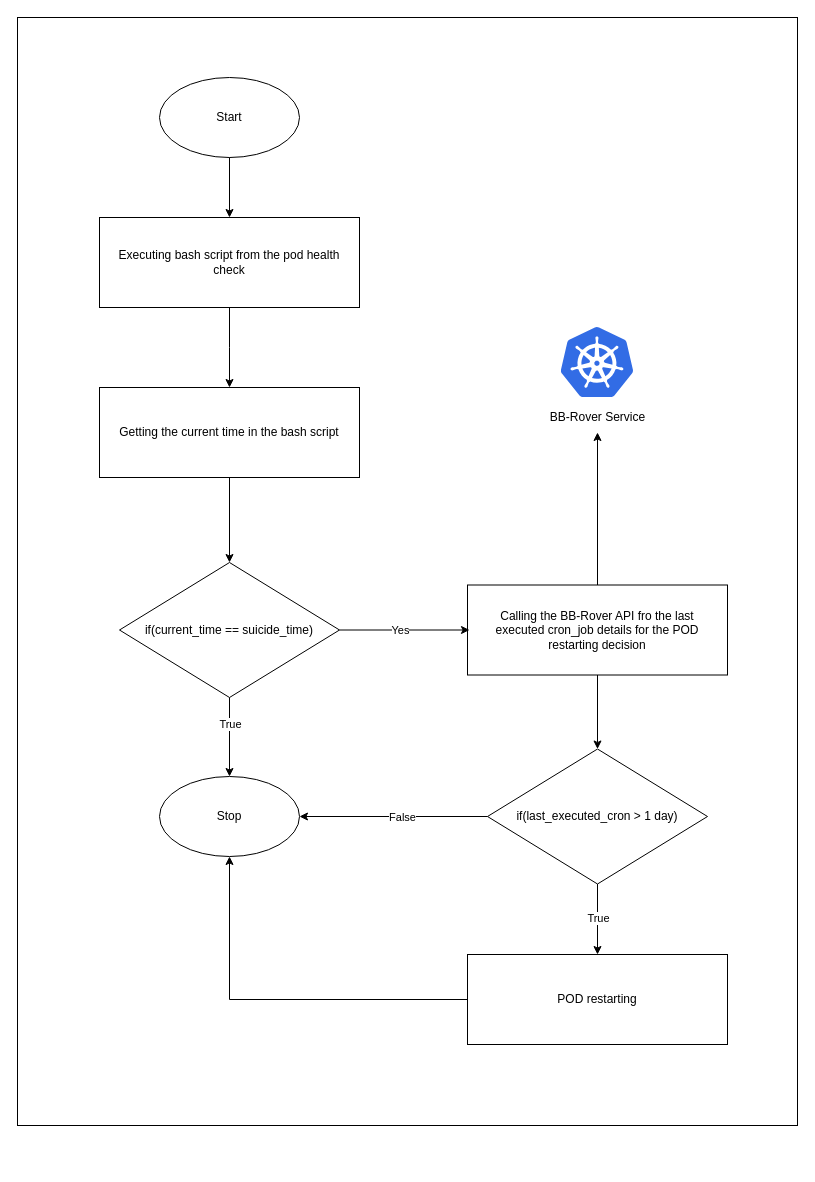
bb-midhunps/diagrams keeps this draw.io diagram as new_osrm_restart.drawio. Above is the earlier version. Source tidied: cells renumbered, new cells numbered last; positions are measured from the earlier drawing's top-left corner, leaving out a move shared by most shapes. Both pictures are drawn from the tidied source at 100%, with x=0, y=0 at pixel (17, 17).
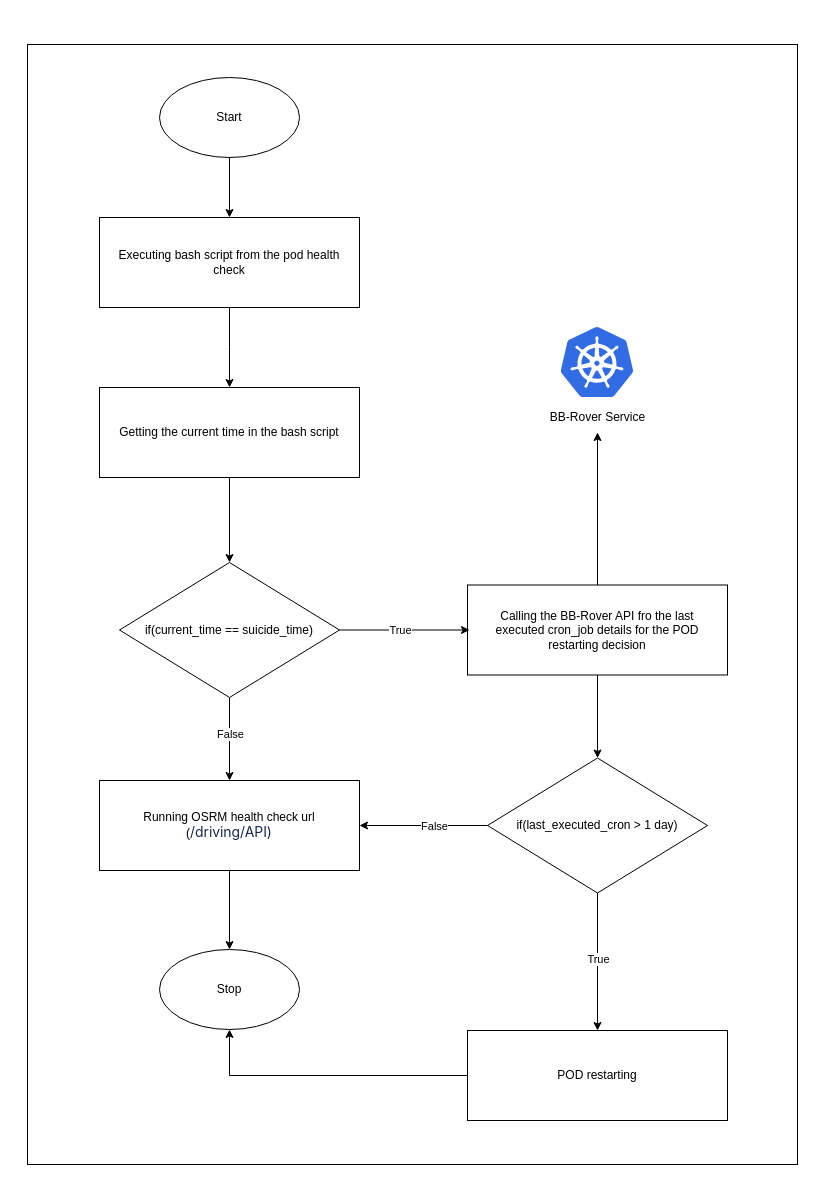
After the change.

The change refers to these unchanged cells:
```xml
<mxCell id="11" style="edgeStyle=orthogonalEdgeStyle;rounded=0;jettySize=auto;html=1;" parent="1" edge="1" source="15">
  <mxGeometry relative="1" as="geometry">
    <mxPoint x="452" y="612.5" as="targetPoint" />
  </mxGeometry>
</mxCell>
<mxCell id="15" value="if(current_time == suicide_time)" style="rhombus;whiteSpace=wrap;html=1;fillColor=none;" parent="1" vertex="1">
  <mxGeometry x="102" y="545" width="220" height="135" as="geometry" />
</mxCell>
```

The edit, as a diff of the source:
```diff
@@
-    <mxCell id="2" style="rounded=0;whiteSpace=wrap;html=1;fillColor=none;" parent="1" vertex="1">
-      <mxGeometry width="780" height="1108" as="geometry" />
-    </mxCell>
+    <mxCell id="31" style="rounded=0;whiteSpace=wrap;html=1;fillColor=none;" parent="1" vertex="1">
+      <mxGeometry x="10" y="27" width="770" height="1120" as="geometry" />
+    </mxCell>
@@
-    <mxCell id="12" value="Yes" style="edgeLabel;html=1;align=center;verticalAlign=middle;" parent="11" vertex="1">
+    <mxCell id="12" value="True" style="edgeLabel;html=1;align=center;verticalAlign=middle;" parent="11" vertex="1">
       <mxGeometry x="-0.08" relative="1" as="geometry" />
     </mxCell>
-    <mxCell id="13" style="edgeStyle=orthogonalEdgeStyle;rounded=0;jettySize=auto;html=1;exitX=0.5;exitY=1;exitDx=0;exitDy=0;entryX=0.5;entryY=0;entryDx=0;entryDy=0;" parent="1" edge="1" source="15" target="22">
-      <mxGeometry relative="1" as="geometry" />
-    </mxCell>
-    <mxCell id="14" value="True" style="edgeLabel;html=1;align=center;verticalAlign=middle;" parent="13" vertex="1">
-      <mxGeometry x="-0.35" relative="1" as="geometry" />
-    </mxCell>
+    <mxCell id="32" style="edgeStyle=orthogonalEdgeStyle;rounded=0;jettySize=auto;html=1;exitX=0.5;exitY=1;exitDx=0;exitDy=0;entryX=0.5;entryY=0;entryDx=0;entryDy=0;" parent="1" edge="1" source="15" target="37">
+      <mxGeometry relative="1" as="geometry" />
+    </mxCell>
+    <mxCell id="33" value="False" style="edgeLabel;html=1;align=center;verticalAlign=middle;" parent="32" vertex="1">
+      <mxGeometry x="-0.14" relative="1" as="geometry" />
+    </mxCell>
@@
     <mxCell id="22" value="Stop" style="ellipse;whiteSpace=wrap;html=1;fillColor=none;" parent="1" vertex="1">
-      <mxGeometry x="142" y="759" width="140" height="80" as="geometry" />
+      <mxGeometry x="142" y="932" width="140" height="80" as="geometry" />
     </mxCell>
@@
-    <mxCell id="25" style="edgeStyle=orthogonalEdgeStyle;rounded=0;jettySize=auto;html=1;exitX=0;exitY=0.5;exitDx=0;exitDy=0;entryX=1;entryY=0.5;entryDx=0;entryDy=0;" parent="1" edge="1" source="27" target="22">
-      <mxGeometry relative="1" as="geometry" />
-    </mxCell>
-    <mxCell id="26" value="False" style="edgeLabel;html=1;align=center;verticalAlign=middle;" parent="25" vertex="1">
-      <mxGeometry x="-0.09" relative="1" as="geometry" />
-    </mxCell>
+    <mxCell id="34" style="edgeStyle=orthogonalEdgeStyle;rounded=0;jettySize=auto;html=1;exitX=0;exitY=0.5;exitDx=0;exitDy=0;entryX=1;entryY=0.5;entryDx=0;entryDy=0;" parent="1" edge="1" source="27" target="37">
+      <mxGeometry relative="1" as="geometry" />
+    </mxCell>
+    <mxCell id="35" value="False" style="edgeLabel;html=1;align=center;verticalAlign=middle;" parent="34" vertex="1">
+      <mxGeometry x="-0.15" relative="1" as="geometry" />
+    </mxCell>
     <mxCell id="27" value="if(last_executed_cron &amp;gt; 1 day)" style="rhombus;whiteSpace=wrap;html=1;fillColor=none;" parent="1" vertex="1">
-      <mxGeometry x="470" y="731.5" width="220" height="135" as="geometry" />
+      <mxGeometry x="470" y="740.5" width="220" height="135" as="geometry" />
     </mxCell>
@@
     <mxCell id="29" style="whiteSpace=wrap;html=1;fillColor=none;" parent="1" vertex="1">
-      <mxGeometry x="450" y="937" width="260" height="90" as="geometry" />
+      <mxGeometry x="450" y="1013" width="260" height="90" as="geometry" />
     </mxCell>
     <mxCell id="30" value="POD restarting" style="text;html=1;align=center;verticalAlign=middle;whiteSpace=wrap;rounded=0;" parent="1" vertex="1">
-      <mxGeometry x="460" y="947" width="240" height="70" as="geometry" />
+      <mxGeometry x="460" y="1023" width="240" height="70" as="geometry" />
     </mxCell>
+    <mxCell id="36" style="edgeStyle=orthogonalEdgeStyle;rounded=0;jettySize=auto;html=1;exitX=0.5;exitY=1;exitDx=0;exitDy=0;entryX=0.5;entryY=0;entryDx=0;entryDy=0;" parent="1" edge="1" source="37" target="22">
+      <mxGeometry relative="1" as="geometry" />
+    </mxCell>
+    <mxCell id="37" style="whiteSpace=wrap;html=1;fillColor=none;" parent="1" vertex="1">
+      <mxGeometry x="82" y="763" width="260" height="90" as="geometry" />
+    </mxCell>
+    <mxCell id="38" value="Running OSRM health check url&lt;div&gt;(&lt;span style=&quot;background-color: rgb(255, 255, 255); color: rgb(23, 43, 77); font-family: -apple-system, BlinkMacSystemFont, &amp;quot;Segoe UI&amp;quot;, Roboto, Oxygen, Ubuntu, &amp;quot;Fira Sans&amp;quot;, &amp;quot;Droid Sans&amp;quot;, &amp;quot;Helvetica Neue&amp;quot;, sans-serif; font-size: 14px; letter-spacing: -0.07px; text-align: start; white-space-collapse: preserve;&quot;&gt;/driving/API)&lt;/span&gt;&lt;/div&gt;" style="text;html=1;align=center;verticalAlign=middle;whiteSpace=wrap;rounded=0;" parent="1" vertex="1">
+      <mxGeometry x="92" y="773" width="240" height="70" as="geometry" />
+    </mxCell>
```
